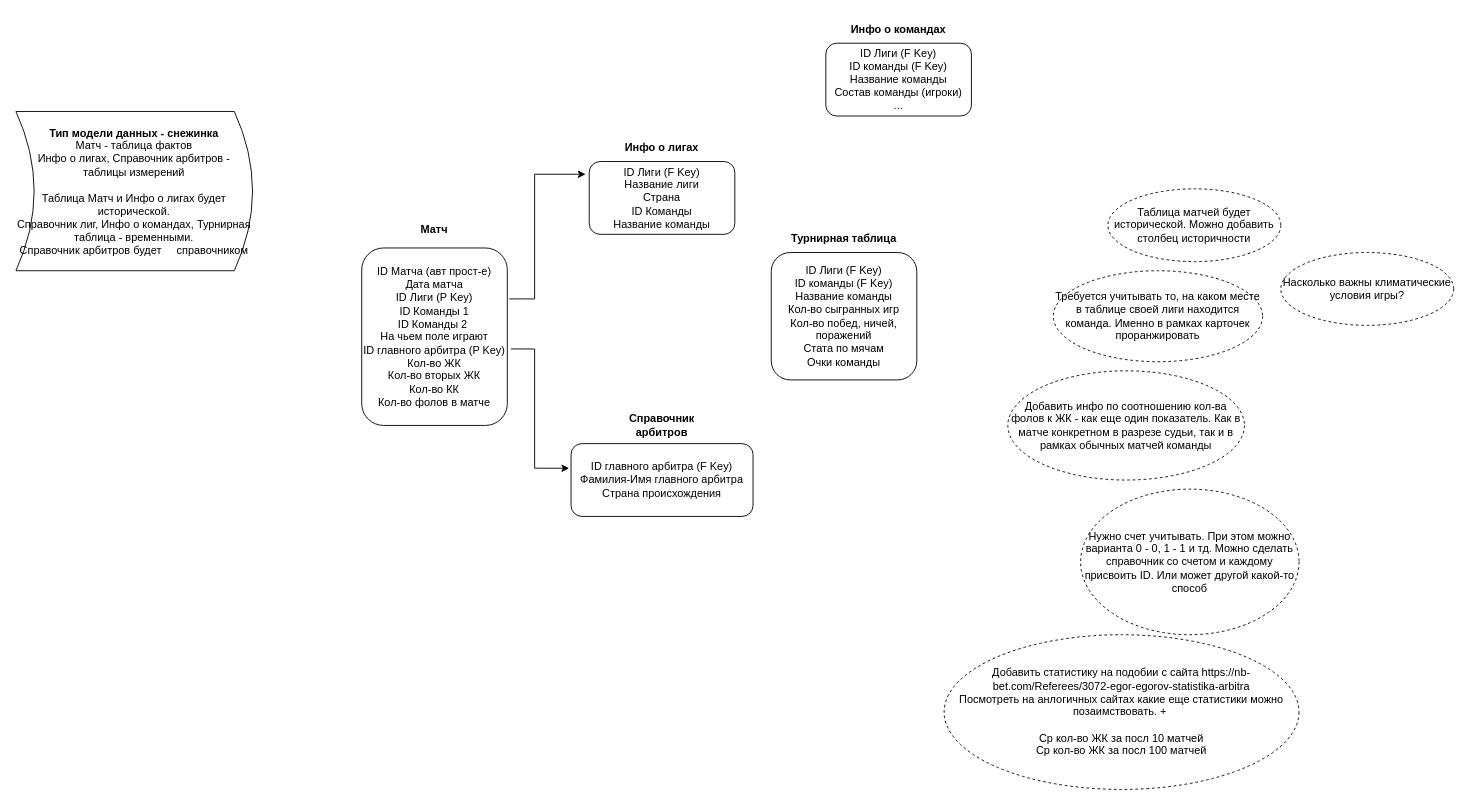
Earlier version of the draw.io diagram Schema101.drawio (Wi11iamWood/Project). Source tidied: cells renumbered, new cells numbered last; positions are measured from the earlier drawing's top-left corner, leaving out a move shared by most shapes. Both pictures are drawn from the tidied source at 91%, with x=0, y=0 at pixel (15, 15).
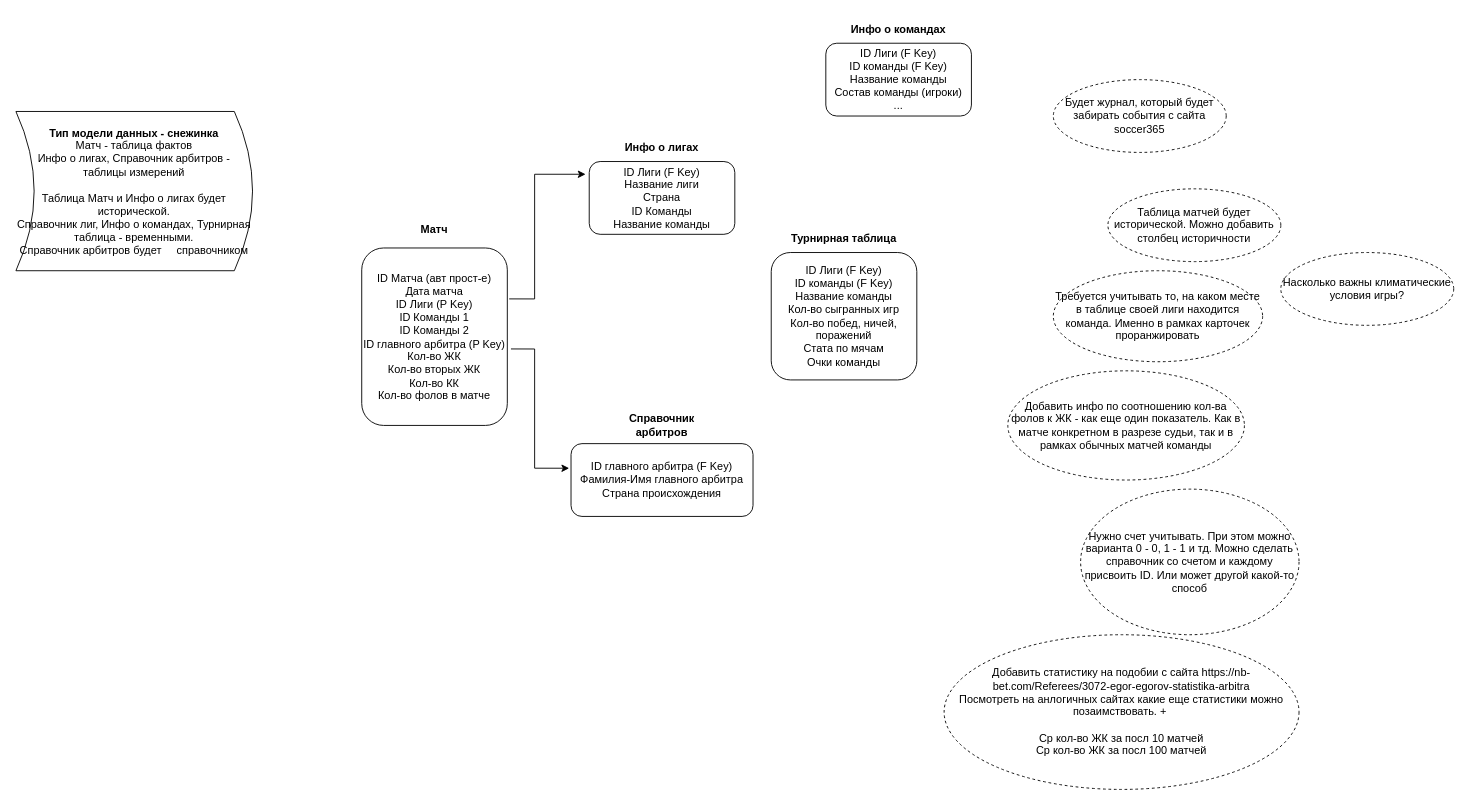
After the change.

Diff of the diagram source:
```diff
@@
-    <mxCell id="2" value="&lt;div&gt;ID Матча (авт прост-е)&lt;/div&gt;&lt;div&gt;&lt;span style=&quot;background-color: transparent; color: light-dark(rgb(0, 0, 0), rgb(255, 255, 255));&quot;&gt;Дата матча&lt;/span&gt;&lt;/div&gt;&lt;div&gt;ID Лиги&lt;span style=&quot;background-color: transparent; color: light-dark(rgb(0, 0, 0), rgb(255, 255, 255));&quot;&gt;&amp;nbsp;&lt;/span&gt;&lt;span style=&quot;background-color: transparent; color: light-dark(rgb(0, 0, 0), rgb(255, 255, 255));&quot;&gt;(P Key)&lt;/span&gt;&lt;/div&gt;ID Команды 1&lt;div&gt;&lt;div&gt;ID Команды 2&lt;span style=&quot;background-color: transparent; color: light-dark(rgb(0, 0, 0), rgb(255, 255, 255));&quot;&gt;&amp;nbsp;&lt;/span&gt;&lt;/div&gt;&lt;div&gt;&lt;span style=&quot;background-color: transparent; color: light-dark(rgb(0, 0, 0), rgb(255, 255, 255));&quot;&gt;На чьем поле играют&lt;/span&gt;&lt;/div&gt;&lt;div&gt;ID главного арбитра&lt;span style=&quot;background-color: transparent; color: light-dark(rgb(0, 0, 0), rgb(255, 255, 255));&quot;&gt;&amp;nbsp;&lt;/span&gt;&lt;span style=&quot;background-color: transparent; color: light-dark(rgb(0, 0, 0), rgb(255, 255, 255));&quot;&gt;(P Key)&lt;/span&gt;&lt;/div&gt;&lt;/div&gt;&lt;div&gt;&lt;div&gt;Кол-во ЖК&lt;/div&gt;&lt;div&gt;Кол-во вторых ЖК&lt;/div&gt;&lt;div&gt;Кол-во КК&lt;/div&gt;&lt;div&gt;Кол-во фолов в матче&lt;/div&gt;&lt;/div&gt;" style="rounded=1;whiteSpace=wrap;html=1;" parent="1" vertex="1">
+    <mxCell id="2" value="&lt;div&gt;ID Матча (авт прост-е)&lt;/div&gt;&lt;div&gt;&lt;span style=&quot;background-color: transparent; color: light-dark(rgb(0, 0, 0), rgb(255, 255, 255));&quot;&gt;Дата матча&lt;/span&gt;&lt;/div&gt;&lt;div&gt;ID Лиги&lt;span style=&quot;background-color: transparent; color: light-dark(rgb(0, 0, 0), rgb(255, 255, 255));&quot;&gt;&amp;nbsp;&lt;/span&gt;&lt;span style=&quot;background-color: transparent; color: light-dark(rgb(0, 0, 0), rgb(255, 255, 255));&quot;&gt;(P Key)&lt;/span&gt;&lt;/div&gt;ID Команды 1&lt;div&gt;&lt;div&gt;ID Команды 2&lt;/div&gt;&lt;div&gt;ID главного арбитра&lt;span style=&quot;background-color: transparent; color: light-dark(rgb(0, 0, 0), rgb(255, 255, 255));&quot;&gt;&amp;nbsp;&lt;/span&gt;&lt;span style=&quot;background-color: transparent; color: light-dark(rgb(0, 0, 0), rgb(255, 255, 255));&quot;&gt;(P Key)&lt;/span&gt;&lt;/div&gt;&lt;/div&gt;&lt;div&gt;&lt;div&gt;Кол-во ЖК&lt;/div&gt;&lt;div&gt;Кол-во вторых ЖК&lt;/div&gt;&lt;div&gt;Кол-во КК&lt;/div&gt;&lt;div&gt;Кол-во фолов в матче&lt;/div&gt;&lt;/div&gt;" style="rounded=1;whiteSpace=wrap;html=1;" parent="1" vertex="1">
       <mxGeometry x="380" y="255" width="160" height="195" as="geometry" />
     </mxCell>
@@
+    <mxCell id="21" value="Будет журнал, который будет забирать события с сайта soccer365" style="ellipse;whiteSpace=wrap;html=1;align=center;dashed=1;" parent="1" vertex="1">
+      <mxGeometry x="1140" y="70" width="190" height="80" as="geometry" />
+    </mxCell>
```
